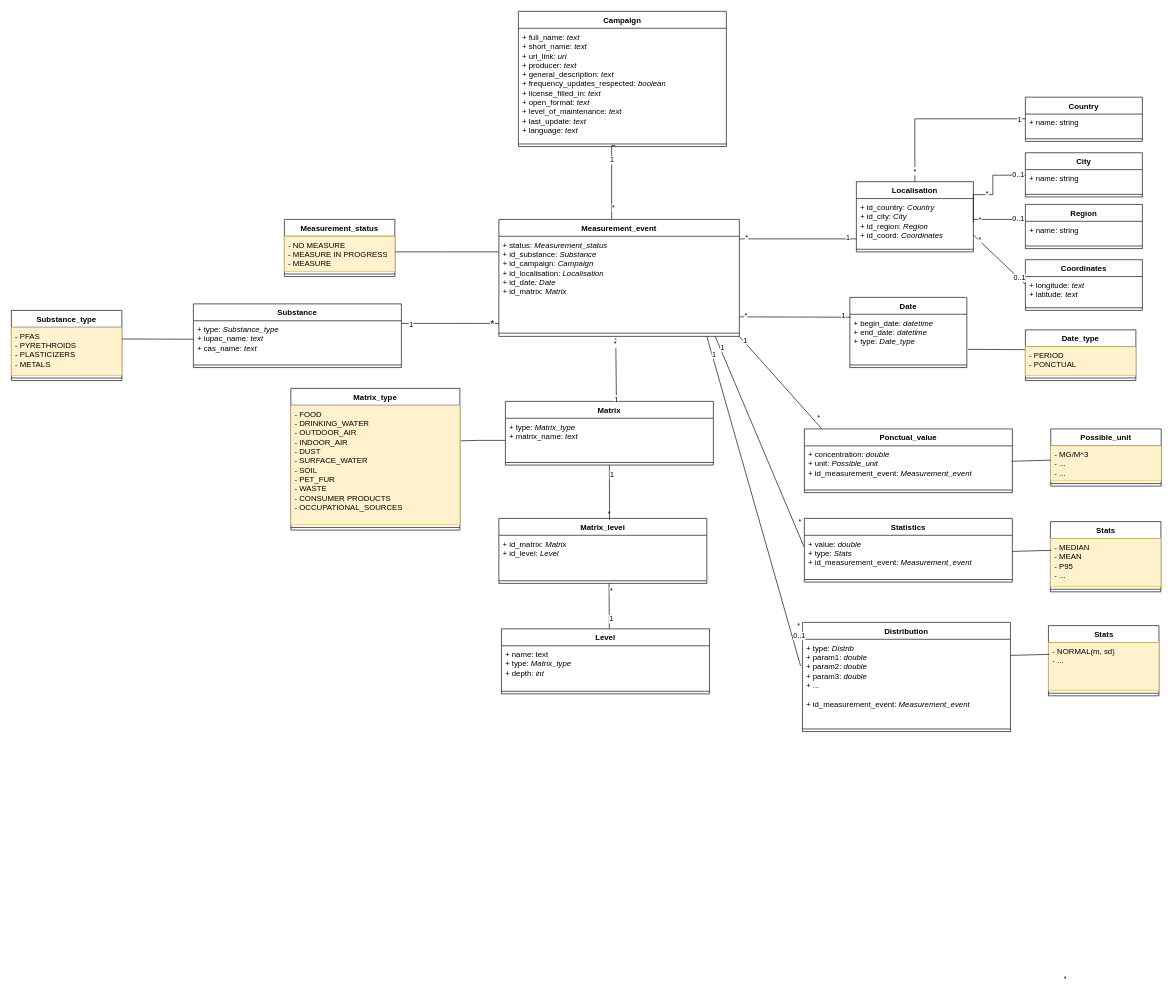
Earlier version of the draw.io diagram class_diagram_UML_all_sources.drawio (clementblassiau/aggregate-exposure-modelling). Source tidied: cells renumbered, new cells numbered last; positions are measured from the earlier drawing's top-left corner, leaving out a move shared by most shapes. Both pictures are drawn from the tidied source at 65%, with x=0, y=0 at pixel (11, 11).
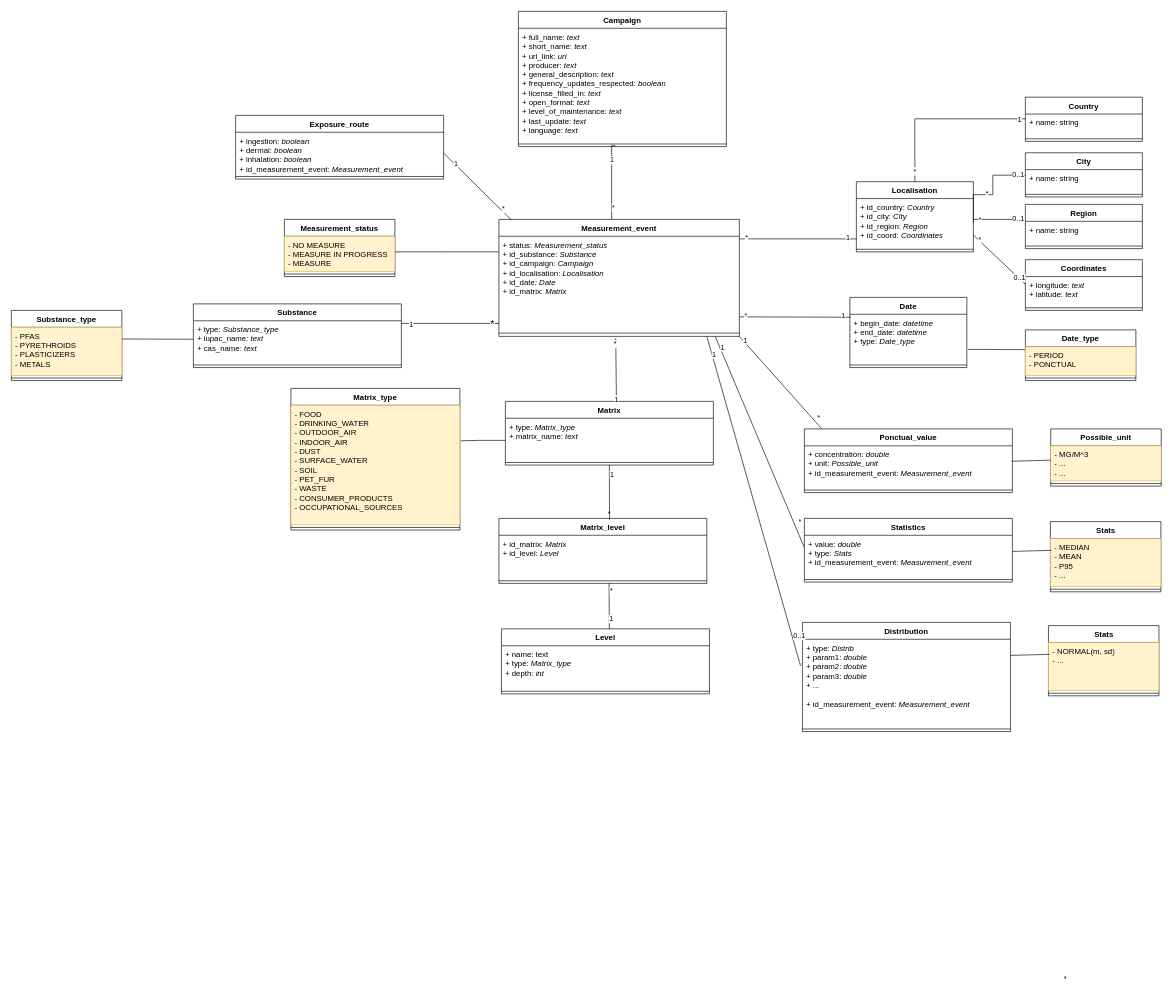
After the change.

Commit message:
Mettre à jour class_diagram_UML_all_sources.drawio

Unchanged cells that the change refers to:
```xml
<mxCell id="2" value="Measurement_event" style="swimlane;fontStyle=1;align=center;verticalAlign=top;horizontal=1;startSize=26;whiteSpace=wrap;html=1;" parent="1" vertex="1">
  <mxGeometry x="750" y="320" width="370" height="180" as="geometry" />
</mxCell>
<mxCell id="69" value="Matrix_type" style="swimlane;fontStyle=1;align=center;verticalAlign=top;horizontal=1;startSize=26;whiteSpace=wrap;html=1;" parent="1" vertex="1">
  <mxGeometry x="430" y="580" width="260" height="218" as="geometry" />
</mxCell>
```

What changed in the source:
```diff
@@
-    <mxCell id="71" value="&lt;div&gt;- FOOD&lt;/div&gt;&lt;div&gt;- DRINKING_WATER&lt;br&gt;&lt;/div&gt;&lt;div&gt;- OUTDOOR_AIR&lt;br&gt;&lt;/div&gt;&lt;div&gt;- INDOOR_AIR&lt;br&gt;&lt;/div&gt;&lt;div&gt;- DUST&lt;br&gt;&lt;/div&gt;&lt;div&gt;- SURFACE_WATER&lt;/div&gt;&lt;div&gt;- SOIL&lt;/div&gt;&lt;div&gt;- PET_FUR&lt;/div&gt;&lt;div&gt;- WASTE&lt;/div&gt;&lt;div&gt;- CONSUMER PRODUCTS&lt;/div&gt;&lt;div&gt;- OCCUPATIONAL_SOURCES&lt;br&gt;&lt;/div&gt;" style="text;strokeColor=#d6b656;fillColor=#fff2cc;align=left;verticalAlign=top;spacingLeft=4;spacingRight=4;overflow=hidden;points=[[0,0.5],[1,0.5]];portConstraint=eastwest;whiteSpace=wrap;html=1;" parent="69" vertex="1">
+    <mxCell id="71" value="&lt;div&gt;- FOOD&lt;/div&gt;&lt;div&gt;- DRINKING_WATER&lt;br&gt;&lt;/div&gt;&lt;div&gt;- OUTDOOR_AIR&lt;br&gt;&lt;/div&gt;&lt;div&gt;- INDOOR_AIR&lt;br&gt;&lt;/div&gt;&lt;div&gt;- DUST&lt;br&gt;&lt;/div&gt;&lt;div&gt;- SURFACE_WATER&lt;/div&gt;&lt;div&gt;- SOIL&lt;/div&gt;&lt;div&gt;- PET_FUR&lt;/div&gt;&lt;div&gt;- WASTE&lt;/div&gt;&lt;div&gt;- CONSUMER_PRODUCTS&lt;/div&gt;&lt;div&gt;- OCCUPATIONAL_SOURCES&lt;br&gt;&lt;/div&gt;" style="text;strokeColor=#d6b656;fillColor=#fff2cc;align=left;verticalAlign=top;spacingLeft=4;spacingRight=4;overflow=hidden;points=[[0,0.5],[1,0.5]];portConstraint=eastwest;whiteSpace=wrap;html=1;" parent="69" vertex="1">
       <mxGeometry y="26" width="260" height="184" as="geometry" />
     </mxCell>
@@
-    <mxCell id="111" value="*" style="edgeLabel;html=1;align=center;verticalAlign=middle;" parent="1" vertex="1">
-      <mxGeometry x="1210" y="944.4" as="geometry" />
-    </mxCell>
@@
+    <mxCell id="119" value="Exposure_route" style="swimlane;fontStyle=1;align=center;verticalAlign=top;horizontal=1;startSize=26;whiteSpace=wrap;html=1;" parent="1" vertex="1">
+      <mxGeometry x="345" y="160" width="320" height="98" as="geometry" />
+    </mxCell>
+    <mxCell id="120" value="&lt;div&gt;+ ingestion:&lt;i&gt; boolean&lt;br&gt;&lt;/i&gt;&lt;/div&gt;&lt;div&gt;+ dermal:&lt;i&gt; boolean&lt;/i&gt;&lt;br&gt;&lt;/div&gt;&lt;div&gt;+ inhalation: &lt;i&gt;boolean&lt;/i&gt;&lt;br&gt;&lt;/div&gt;&lt;div&gt;+ id_measurement_event: &lt;i&gt;Measurement_event&lt;/i&gt;&lt;/div&gt;&lt;div&gt;&lt;br&gt;&lt;/div&gt;" style="text;strokeColor=none;fillColor=none;align=left;verticalAlign=top;spacingLeft=4;spacingRight=4;overflow=hidden;points=[[0,0.5],[1,0.5]];portConstraint=eastwest;whiteSpace=wrap;html=1;" parent="119" vertex="1">
+      <mxGeometry y="26" width="320" height="64" as="geometry" />
+    </mxCell>
+    <mxCell id="121" style="line;strokeWidth=1;fillColor=none;align=left;verticalAlign=middle;spacingTop=-1;spacingLeft=3;spacingRight=3;labelPosition=right;strokeColor=inherit;" parent="119" vertex="1">
+      <mxGeometry y="90" width="320" height="8" as="geometry" />
+    </mxCell>
+    <mxCell id="122" style="endArrow=none;html=1;rounded=0;entryX=0.052;entryY=0.005;entryDx=0;entryDy=0;entryPerimeter=0;exitX=1;exitY=0.5;exitDx=0;exitDy=0;" parent="1" edge="1" source="120" target="2">
+      <mxGeometry relative="1" as="geometry" />
+    </mxCell>
+    <mxCell id="123" value="1" style="edgeLabel;html=1;align=center;verticalAlign=middle;" parent="122" vertex="1">
+      <mxGeometry x="-0.67" y="2" relative="1" as="geometry" />
+    </mxCell>
+    <mxCell id="111" value="*" style="edgeLabel;html=1;align=center;verticalAlign=middle;" parent="122" vertex="1">
+      <mxGeometry x="0.71" y="3" relative="1" as="geometry" />
+    </mxCell>
```
